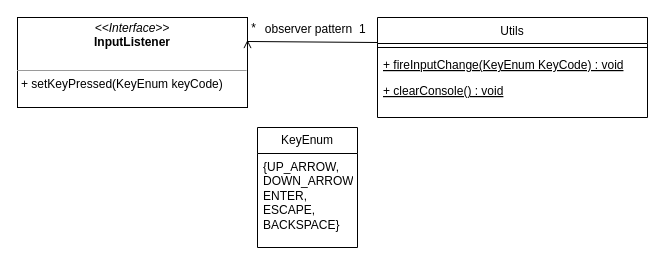
This is Diagramme de classes utils.drawio from Riuza-c-137/diagrams.net-default_repo, a draw.io file, before an edit. Source tidied: cells renumbered, new cells numbered last; positions are measured from the earlier drawing's top-left corner, leaving out a move shared by most shapes. Both pictures are drawn from the tidied source at 100%, with x=0, y=0 at pixel (17, 17).
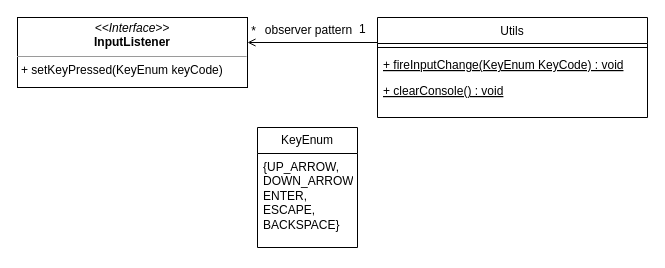
After the change.

Commit message (it also covers changes not shown here):
Mettre à jour Diagramme de classes utils.drawio

Diff of the diagram source:
```diff
@@
 <mxGraphModel>
   <root>
     <mxCell id="0" />
     <mxCell id="1" parent="0" />
     <mxCell id="2" value="KeyEnum" style="swimlane;fontStyle=0;horizontal=1;startSize=26;fillColor=none;whiteSpace=wrap;html=1;" parent="1" vertex="1">
       <mxGeometry x="240" y="110" width="100" height="120" as="geometry" />
     </mxCell>
     <mxCell id="3" value="{UP_ARROW, DOWN_ARROW, ENTER, ESCAPE, BACKSPACE}" style="text;strokeColor=none;fillColor=none;align=left;verticalAlign=top;spacingLeft=4;spacingRight=4;overflow=hidden;whiteSpace=wrap;html=1;" parent="2" vertex="1">
       <mxGeometry y="26" width="100" height="94" as="geometry" />
     </mxCell>
-    <mxCell id="4" value="&lt;p style=&quot;margin:0px;margin-top:4px;text-align:center;&quot;&gt;&lt;i&gt;&amp;lt;&amp;lt;Interface&amp;gt;&amp;gt;&lt;/i&gt;&lt;br&gt;&lt;b&gt;InputListener&lt;/b&gt;&lt;/p&gt;&lt;p style=&quot;margin:0px;margin-left:4px;&quot;&gt;&lt;br&gt;&lt;/p&gt;&lt;hr size=&quot;1&quot;&gt;&lt;p style=&quot;margin:0px;margin-left:4px;&quot;&gt;+ setKeyPressed(KeyEnum keyCode)&lt;/p&gt;" style="verticalAlign=top;align=left;overflow=fill;fontSize=12;fontFamily=Helvetica;html=1;whiteSpace=wrap;" parent="1" vertex="1">
-      <mxGeometry width="230" height="90" as="geometry" />
+    <mxCell id="4" value="&lt;p style=&quot;margin:0px;margin-top:4px;text-align:center;&quot;&gt;&lt;i&gt;&amp;lt;&amp;lt;Interface&amp;gt;&amp;gt;&lt;/i&gt;&lt;br&gt;&lt;b&gt;InputListener&lt;/b&gt;&lt;/p&gt;&lt;hr size=&quot;1&quot;&gt;&lt;p style=&quot;margin:0px;margin-left:4px;&quot;&gt;+ setKeyPressed(KeyEnum keyCode)&lt;/p&gt;" style="verticalAlign=top;align=left;overflow=fill;fontSize=12;fontFamily=Helvetica;html=1;whiteSpace=wrap;" parent="1" vertex="1">
+      <mxGeometry width="230" height="70" as="geometry" />
     </mxCell>
     <mxCell id="5" value="Utils" style="swimlane;fontStyle=0;align=center;verticalAlign=top;horizontal=1;startSize=26;rounded=0;shadow=0;strokeWidth=1;" parent="1" vertex="1">
       <mxGeometry x="360" width="270" height="100" as="geometry" />
     </mxCell>
     <mxCell id="6" style="line;html=1;strokeWidth=1;align=left;verticalAlign=middle;spacingTop=-1;spacingLeft=3;spacingRight=3;labelPosition=right;" parent="5" vertex="1">
       <mxGeometry y="26" width="270" height="8" as="geometry" />
     </mxCell>
     <mxCell id="7" value="+ fireInputChange(KeyEnum KeyCode) : void" style="text;align=left;verticalAlign=top;spacingLeft=4;spacingRight=4;overflow=hidden;fontStyle=4;" parent="5" vertex="1">
       <mxGeometry y="34" width="270" height="26" as="geometry" />
     </mxCell>
     <mxCell id="8" value="+ clearConsole() : void" style="text;align=left;verticalAlign=top;spacingLeft=4;spacingRight=4;overflow=hidden;fontStyle=4;" parent="5" vertex="1">
       <mxGeometry y="60" width="270" height="26" as="geometry" />
     </mxCell>
-    <mxCell id="9" style="endArrow=open;shadow=0;strokeWidth=1;rounded=0;endFill=1;edgeStyle=elbowEdgeStyle;elbow=vertical;exitX=0;exitY=0.25;exitDx=0;exitDy=0;entryX=1;entryY=0.25;entryDx=0;entryDy=0;" parent="1" edge="1" source="5" target="4">
+    <mxCell id="9" style="endArrow=open;shadow=0;strokeWidth=1;rounded=0;endFill=1;edgeStyle=elbowEdgeStyle;elbow=vertical;exitX=0;exitY=0.25;exitDx=0;exitDy=0;" parent="1" edge="1" source="5" target="4">
       <mxGeometry x="0.5" y="41" relative="1" as="geometry">
         <mxPoint x="-40" y="32" as="offset" />
       </mxGeometry>
     </mxCell>
     <mxCell id="10" value="1" style="align=left;verticalAlign=bottom;labelBackgroundColor=none;fontSize=12;" parent="9" vertex="1">
       <mxGeometry x="-1" relative="1" as="geometry">
         <mxPoint x="-20" y="-5" as="offset" />
       </mxGeometry>
     </mxCell>
     <mxCell id="11" value="*" style="align=right;verticalAlign=bottom;labelBackgroundColor=none;fontSize=12;" parent="9" vertex="1">
       <mxGeometry x="1" relative="1" as="geometry">
         <mxPoint x="10" y="-3" as="offset" />
       </mxGeometry>
     </mxCell>
     <mxCell id="12" value="observer pattern" style="text;html=1;align=center;verticalAlign=middle;labelBackgroundColor=none;rounded=0;shadow=0;strokeWidth=1;fontSize=12;" parent="9" vertex="1">
       <mxGeometry x="0.5" y="49" relative="1" as="geometry">
         <mxPoint x="28" y="-62" as="offset" />
       </mxGeometry>
     </mxCell>
   </root>
 </mxGraphModel>
```
